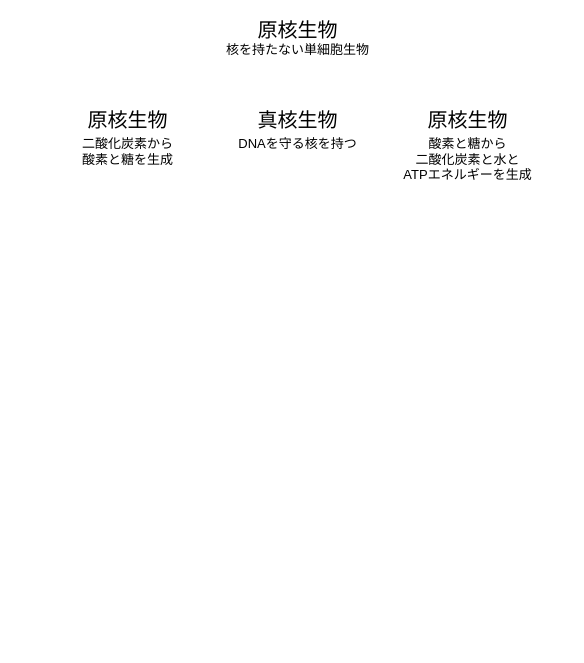
Above: Untitled Diagram.drawio in idaks1325/eater_design (draw.io), before the change. Source tidied: cells renumbered, new cells numbered last; positions are measured from the earlier drawing's top-left corner, leaving out a move shared by most shapes. Both pictures are drawn from the tidied source at 100%, with x=0, y=0 at pixel (72, 19).
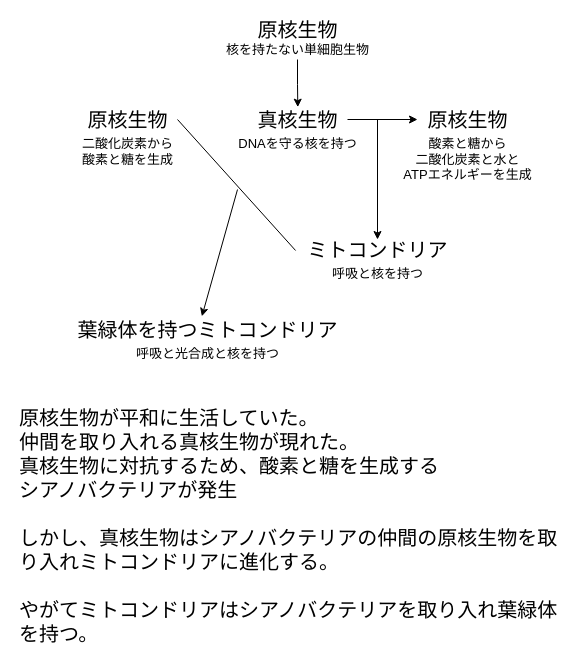
The same page after the edit.

Unchanged cells that the change refers to:
```xml
<mxCell id="3" value="&lt;span style=&quot;font-family: &amp;#34;arial&amp;#34; ; font-size: 13px&quot;&gt;核を持たない単細胞生物&lt;/span&gt;" style="text;html=1;align=center;verticalAlign=middle;points=[];" parent="1" vertex="1">
  <mxGeometry x="145" y="20" width="160" height="20" as="geometry" />
</mxCell>
<mxCell id="6" value="&lt;font style=&quot;font-size: 20px&quot;&gt;真核生物&lt;/font&gt;" style="text;html=1;align=center;verticalAlign=middle;points=[];" parent="1" vertex="1">
  <mxGeometry x="175" y="90" width="100" height="20" as="geometry" />
</mxCell>
<mxCell id="8" value="&lt;font style=&quot;font-size: 20px&quot;&gt;原核生物&lt;/font&gt;" style="text;html=1;align=center;verticalAlign=middle;points=[];" parent="1" vertex="1">
  <mxGeometry x="345" y="90" width="100" height="20" as="geometry" />
</mxCell>
```

The edit, as a diff of the source:
```diff
@@
+    <mxCell id="10" style="edgeStyle=orthogonalEdgeStyle;rounded=0;jettySize=auto;html=1;entryX=0.503;entryY=-0.117;entryDx=0;entryDy=0;entryPerimeter=0;" parent="1" edge="1" source="3" target="6">
+      <mxGeometry relative="1" as="geometry" />
+    </mxCell>
@@
+    <mxCell id="11" style="edgeStyle=orthogonalEdgeStyle;rounded=0;jettySize=auto;html=1;" parent="1" edge="1" source="6" target="8">
+      <mxGeometry relative="1" as="geometry" />
+    </mxCell>
@@
+    <mxCell id="12" value="&lt;font style=&quot;font-size: 20px&quot;&gt;ミトコンドリア&lt;/font&gt;" style="text;html=1;align=center;verticalAlign=middle;points=[];" parent="1" vertex="1">
+      <mxGeometry x="225" y="220" width="160" height="20" as="geometry" />
+    </mxCell>
+    <mxCell id="13" value="&lt;font face=&quot;arial&quot;&gt;&lt;span style=&quot;font-size: 13px&quot;&gt;呼吸と核を持つ&lt;br&gt;&lt;/span&gt;&lt;/font&gt;" style="text;html=1;align=center;verticalAlign=top;" parent="1" vertex="1">
+      <mxGeometry x="250" y="240" width="110" height="20" as="geometry" />
+    </mxCell>
+    <mxCell id="14" value="&lt;font style=&quot;font-size: 20px&quot;&gt;葉緑体を持つミトコンドリア&lt;/font&gt;" style="text;html=1;align=center;verticalAlign=middle;points=[];" parent="1" vertex="1">
+      <mxGeometry x="-5" y="300" width="280" height="20" as="geometry" />
+    </mxCell>
+    <mxCell id="15" value="&lt;font face=&quot;arial&quot;&gt;&lt;span style=&quot;font-size: 13px&quot;&gt;呼吸と&lt;/span&gt;&lt;/font&gt;&lt;span style=&quot;font-family: &amp;#34;arial&amp;#34; ; font-size: 13px&quot;&gt;光合成と&lt;/span&gt;&lt;font face=&quot;arial&quot;&gt;&lt;span style=&quot;font-size: 13px&quot;&gt;核を持つ&lt;br&gt;&lt;/span&gt;&lt;/font&gt;" style="text;html=1;align=center;verticalAlign=top;" parent="1" vertex="1">
+      <mxGeometry x="55" y="320" width="160" height="20" as="geometry" />
+    </mxCell>
+    <mxCell id="16" style="endArrow=classic;html=1;entryX=0.48;entryY=-0.158;entryDx=0;entryDy=0;entryPerimeter=0;" parent="1" edge="1" target="14">
+      <mxGeometry relative="1" as="geometry">
+        <mxPoint x="165" y="170" as="sourcePoint" />
+      </mxGeometry>
+    </mxCell>
+    <mxCell id="17" style="endArrow=classic;html=1;" parent="1" edge="1">
+      <mxGeometry relative="1" as="geometry">
+        <mxPoint x="305" y="100" as="sourcePoint" />
+        <mxPoint x="305" y="220" as="targetPoint" />
+      </mxGeometry>
+    </mxCell>
+    <mxCell id="18" style="endArrow=none;html=1;entryX=-0.012;entryY=0.55;entryDx=0;entryDy=0;entryPerimeter=0;" parent="1" edge="1" target="12">
+      <mxGeometry relative="1" as="geometry">
+        <mxPoint x="105" y="100" as="sourcePoint" />
+      </mxGeometry>
+    </mxCell>
+    <mxCell id="19" value="&lt;span style=&quot;color: rgb(0, 0, 0); font-family: arial; font-size: 20px; font-style: normal; font-weight: 400; letter-spacing: normal; text-align: left; text-indent: 0px; text-transform: none; word-spacing: 0px; display: inline; float: none;&quot;&gt;原核生物が平和に生活していた。&#10;仲間を取り入れる真核生物が現れた。&#10;真核生物に対抗するため、酸素と糖を生成する&#10;シアノバクテリアが発生&#10;&#10;しかし、真核生物はシアノバクテリアの仲間の原核生物を取り入れミトコンドリアに進化する。&#10;&#10;やがてミトコンドリアはシアノバクテリアを取り入れ葉緑体を持つ。&lt;/span&gt;" style="text;whiteSpace=wrap;html=1;" parent="1" vertex="1">
+      <mxGeometry x="-55" y="380" width="550" height="190" as="geometry" />
+    </mxCell>
```
